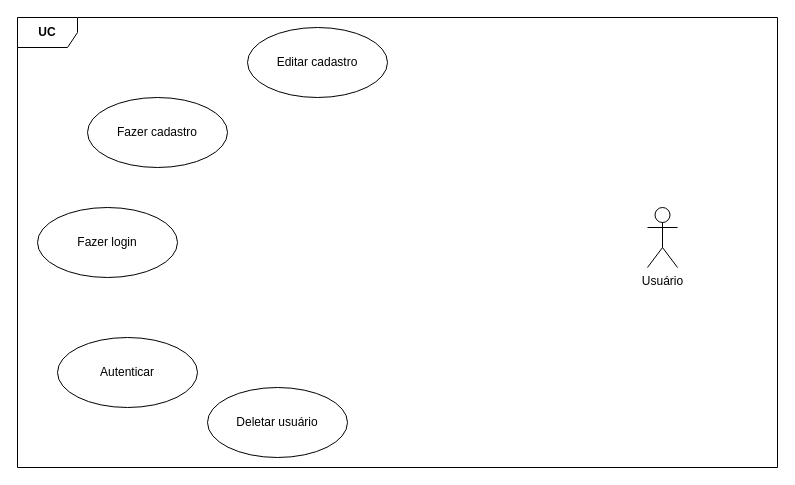
kaiohenricunha/UML keeps this draw.io diagram as projetousecase.drawio. Above is the earlier version. Source tidied: cells renumbered, new cells numbered last; positions are measured from the earlier drawing's top-left corner, leaving out a move shared by most shapes. Both pictures are drawn from the tidied source at 100%, with x=0, y=0 at pixel (17, 17).
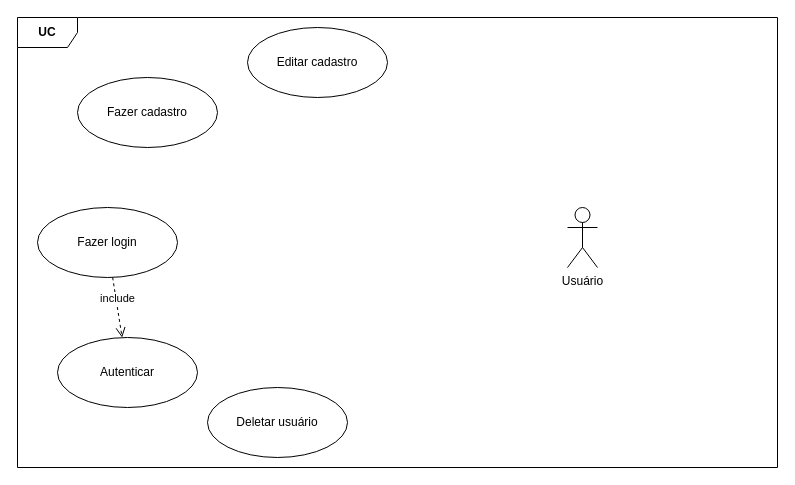
The same diagram, later.

Diff of the diagram source:
```diff
@@
 <mxGraphModel>
   <root>
     <mxCell id="0" />
     <mxCell id="1" parent="0" />
     <mxCell id="2" value="&lt;b&gt;UC&lt;/b&gt;" style="shape=umlFrame;whiteSpace=wrap;html=1;" parent="1" vertex="1">
       <mxGeometry width="760" height="450" as="geometry" />
     </mxCell>
     <mxCell id="3" value="Usuário" style="shape=umlActor;verticalLabelPosition=bottom;verticalAlign=top;html=1;" parent="1" vertex="1">
-      <mxGeometry x="630" y="190" width="30" height="60" as="geometry" />
+      <mxGeometry x="550" y="190" width="30" height="60" as="geometry" />
     </mxCell>
     <mxCell id="4" value="Editar cadastro" style="ellipse;whiteSpace=wrap;html=1;" parent="1" vertex="1">
       <mxGeometry x="230" y="10" width="140" height="70" as="geometry" />
     </mxCell>
     <mxCell id="5" value="Fazer cadastro" style="ellipse;whiteSpace=wrap;html=1;" parent="1" vertex="1">
-      <mxGeometry x="70" y="80" width="140" height="70" as="geometry" />
+      <mxGeometry x="60" y="60" width="140" height="70" as="geometry" />
     </mxCell>
     <mxCell id="6" value="Deletar usuário" style="ellipse;whiteSpace=wrap;html=1;" parent="1" vertex="1">
       <mxGeometry x="190" y="370" width="140" height="70" as="geometry" />
     </mxCell>
     <mxCell id="7" value="Fazer login" style="ellipse;whiteSpace=wrap;html=1;" parent="1" vertex="1">
       <mxGeometry x="20" y="190" width="140" height="70" as="geometry" />
     </mxCell>
     <mxCell id="8" value="Autenticar" style="ellipse;whiteSpace=wrap;html=1;" parent="1" vertex="1">
       <mxGeometry x="40" y="320" width="140" height="70" as="geometry" />
     </mxCell>
+    <mxCell id="9" value="include" style="html=1;verticalAlign=bottom;endArrow=open;dashed=1;endSize=8;" parent="1" edge="1" source="7" target="8">
+      <mxGeometry relative="1" as="geometry" />
+    </mxCell>
   </root>
 </mxGraphModel>
```
